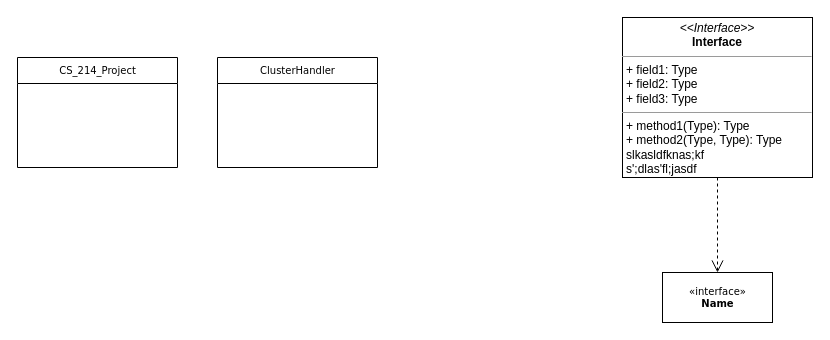
Before: Untitled Diagram.drawio in lgraveslfg/Lindsey-Graves, a draw.io diagram. Source tidied: cells renumbered, new cells numbered last; positions are measured from the earlier drawing's top-left corner, leaving out a move shared by most shapes. Both pictures are drawn from the tidied source at 100%, with x=0, y=0 at pixel (17, 17).
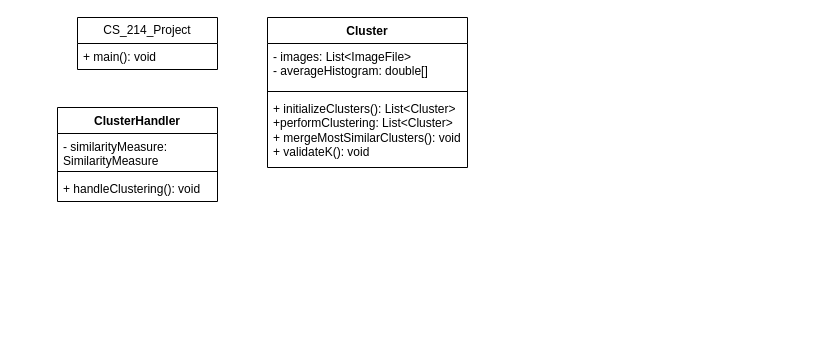
The same diagram, later.

Change to the diagram source:
```diff
@@
 <mxGraphModel>
   <root>
     <mxCell id="0" />
     <mxCell id="1" parent="0" />
+    <mxCell id="3" value="ClusterHandler" style="swimlane;fontStyle=1;align=center;verticalAlign=top;horizontal=1;startSize=26;whiteSpace=wrap;html=1;" parent="1" vertex="1">
+      <mxGeometry x="40" y="90" width="160" height="94" as="geometry" />
+    </mxCell>
+    <mxCell id="7" value="- similarityMeasure: SimilarityMeasure" style="text;strokeColor=none;fillColor=none;align=left;verticalAlign=top;spacingLeft=4;spacingRight=4;overflow=hidden;whiteSpace=wrap;html=1;" parent="3" vertex="1">
+      <mxGeometry y="26" width="160" height="34" as="geometry" />
+    </mxCell>
+    <mxCell id="8" style="line;strokeWidth=1;fillColor=none;align=left;verticalAlign=middle;spacingTop=-1;spacingLeft=3;spacingRight=3;labelPosition=right;strokeColor=inherit;" parent="3" vertex="1">
+      <mxGeometry y="60" width="160" height="8" as="geometry" />
+    </mxCell>
+    <mxCell id="9" value="+ handleClustering(): void" style="text;strokeColor=none;fillColor=none;align=left;verticalAlign=top;spacingLeft=4;spacingRight=4;overflow=hidden;whiteSpace=wrap;html=1;" parent="3" vertex="1">
+      <mxGeometry y="68" width="160" height="26" as="geometry" />
+    </mxCell>
-    <mxCell id="2" value="CS_214_Project" style="swimlane;html=1;fontStyle=0;horizontal=1;startSize=26;fillColor=none;swimlaneFillColor=#ffffff;rounded=0;shadow=0;comic=0;labelBackgroundColor=none;strokeWidth=1;fontFamily=Verdana;fontSize=10;align=center;" parent="1" vertex="1">
-      <mxGeometry y="40" width="160" height="110" as="geometry" />
+    <mxCell id="2" value="CS_214_Project" style="swimlane;fontStyle=0;horizontal=1;startSize=26;fillColor=none;whiteSpace=wrap;html=1;" parent="1" vertex="1">
+      <mxGeometry x="60" width="140" height="52" as="geometry" />
     </mxCell>
-    <mxCell id="3" value="ClusterHandler" style="swimlane;html=1;fontStyle=0;horizontal=1;startSize=26;fillColor=none;swimlaneFillColor=#ffffff;rounded=0;shadow=0;comic=0;labelBackgroundColor=none;strokeWidth=1;fontFamily=Verdana;fontSize=10;align=center;" parent="1" vertex="1">
-      <mxGeometry x="200" y="40" width="160" height="110" as="geometry" />
-    </mxCell>
-    <mxCell id="4" style="edgeStyle=orthogonalEdgeStyle;rounded=0;html=1;dashed=1;labelBackgroundColor=none;startFill=0;endArrow=open;endFill=0;endSize=10;fontFamily=Verdana;fontSize=10;" parent="1" edge="1" source="5" target="6">
-      <mxGeometry relative="1" as="geometry" />
-    </mxCell>
-    <mxCell id="5" value="&lt;p style=&quot;margin:0px;margin-top:4px;text-align:center;&quot;&gt;&lt;i&gt;&amp;lt;&amp;lt;Interface&amp;gt;&amp;gt;&lt;/i&gt;&lt;br&gt;&lt;b&gt;Interface&lt;/b&gt;&lt;/p&gt;&lt;hr size=&quot;1&quot;&gt;&lt;p style=&quot;margin:0px;margin-left:4px;&quot;&gt;+ field1: Type&lt;br&gt;+ field2: Type&lt;/p&gt;&lt;p style=&quot;margin:0px;margin-left:4px;&quot;&gt;+ field3: Type&lt;/p&gt;&lt;hr size=&quot;1&quot;&gt;&lt;p style=&quot;margin:0px;margin-left:4px;&quot;&gt;+ method1(Type): Type&lt;br&gt;+ method2(Type, Type): Type&lt;/p&gt;&lt;p style=&quot;margin:0px;margin-left:4px;&quot;&gt;slkasldfknas;kf&lt;/p&gt;&lt;p style=&quot;margin:0px;margin-left:4px;&quot;&gt;s';dlas'fl;jasdf&lt;/p&gt;&lt;p style=&quot;margin:0px;margin-left:4px;&quot;&gt;&lt;br&gt;&lt;/p&gt;" style="verticalAlign=top;align=left;overflow=fill;fontSize=12;fontFamily=Helvetica;html=1;rounded=0;shadow=0;comic=0;labelBackgroundColor=none;strokeWidth=1;" parent="1" vertex="1">
-      <mxGeometry x="605" width="190" height="160" as="geometry" />
-    </mxCell>
-    <mxCell id="6" value="&amp;laquo;interface&amp;raquo;&lt;br&gt;&lt;b&gt;Name&lt;/b&gt;" style="html=1;rounded=0;shadow=0;comic=0;labelBackgroundColor=none;strokeWidth=1;fontFamily=Verdana;fontSize=10;align=center;" parent="1" vertex="1">
-      <mxGeometry x="645" y="255" width="110" height="50" as="geometry" />
-    </mxCell>
+    <mxCell id="10" value="+ main(): void" style="text;strokeColor=none;fillColor=none;align=left;verticalAlign=top;spacingLeft=4;spacingRight=4;overflow=hidden;whiteSpace=wrap;html=1;" parent="2" vertex="1">
+      <mxGeometry y="26" width="140" height="26" as="geometry" />
+    </mxCell>
+    <mxCell id="11" value="Cluster" style="swimlane;fontStyle=1;align=center;verticalAlign=top;horizontal=1;startSize=26;whiteSpace=wrap;html=1;" parent="1" vertex="1">
+      <mxGeometry x="250" width="200" height="150" as="geometry" />
+    </mxCell>
+    <mxCell id="12" value="- images: List&amp;lt;ImageFile&amp;gt;&lt;div&gt;- averageHistogram: double[]&lt;/div&gt;" style="text;strokeColor=none;fillColor=none;align=left;verticalAlign=top;spacingLeft=4;spacingRight=4;overflow=hidden;whiteSpace=wrap;html=1;" parent="11" vertex="1">
+      <mxGeometry y="26" width="200" height="44" as="geometry" />
+    </mxCell>
+    <mxCell id="13" style="line;strokeWidth=1;fillColor=none;align=left;verticalAlign=middle;spacingTop=-1;spacingLeft=3;spacingRight=3;labelPosition=right;strokeColor=inherit;" parent="11" vertex="1">
+      <mxGeometry y="70" width="200" height="8" as="geometry" />
+    </mxCell>
+    <mxCell id="14" value="+ initializeClusters(): List&amp;lt;Cluster&amp;gt;&lt;div&gt;+performClustering: List&amp;lt;Cluster&amp;gt;&lt;/div&gt;&lt;div&gt;+ mergeMostSimilarClusters(): void&lt;/div&gt;&lt;div&gt;+ validateK(): void&lt;/div&gt;" style="text;strokeColor=none;fillColor=none;align=left;verticalAlign=top;spacingLeft=4;spacingRight=4;overflow=hidden;whiteSpace=wrap;html=1;" parent="11" vertex="1">
+      <mxGeometry y="78" width="200" height="72" as="geometry" />
+    </mxCell>
   </root>
 </mxGraphModel>
```
